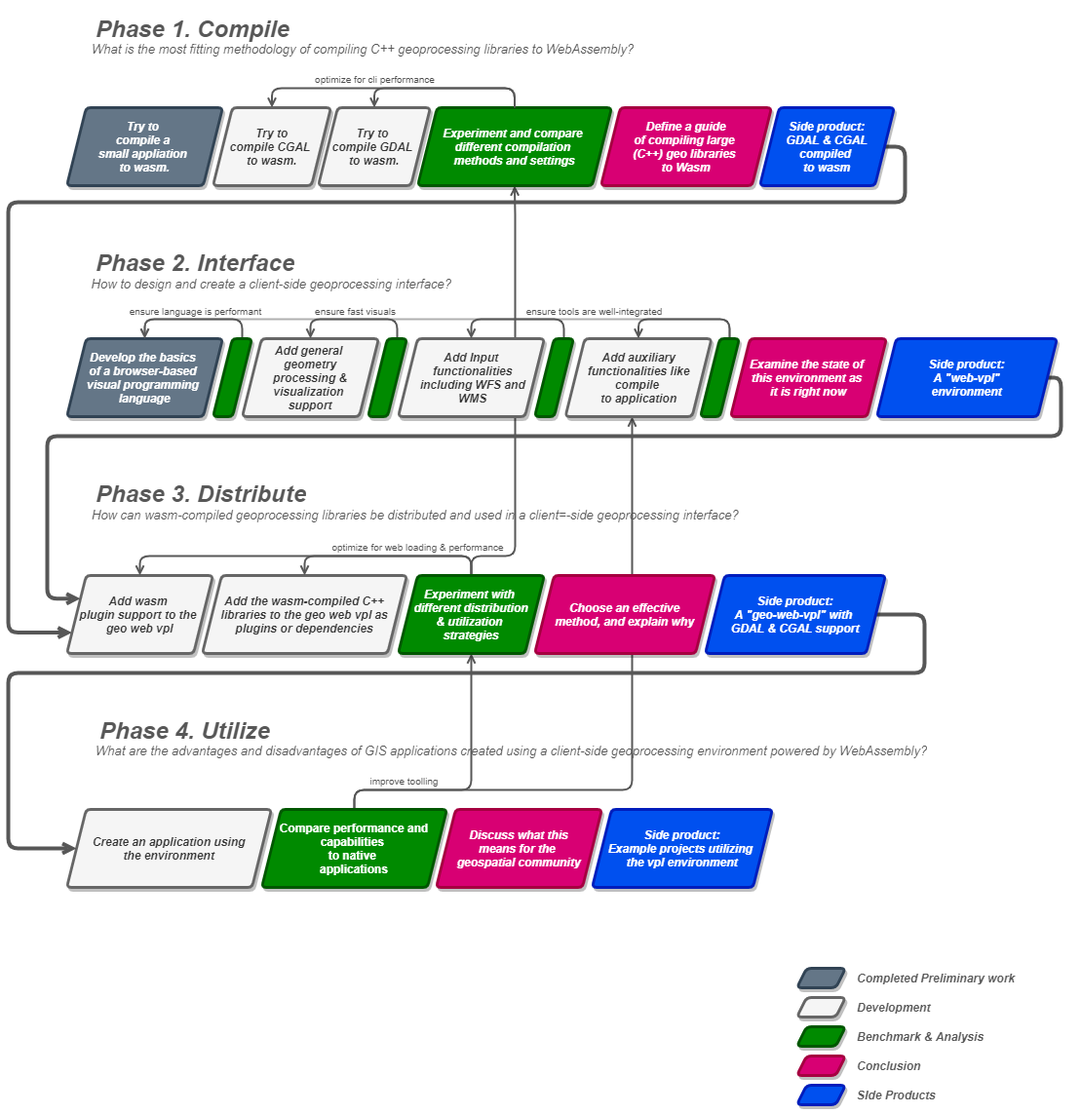
Before: proposal/schemas/methodology/method.png, a diagram exported from draw.io (the-red-feather/thesis). Source tidied: cells renumbered, new cells last; positions are measured from the earlier drawing's top-left corner, leaving out a move shared by most shapes.
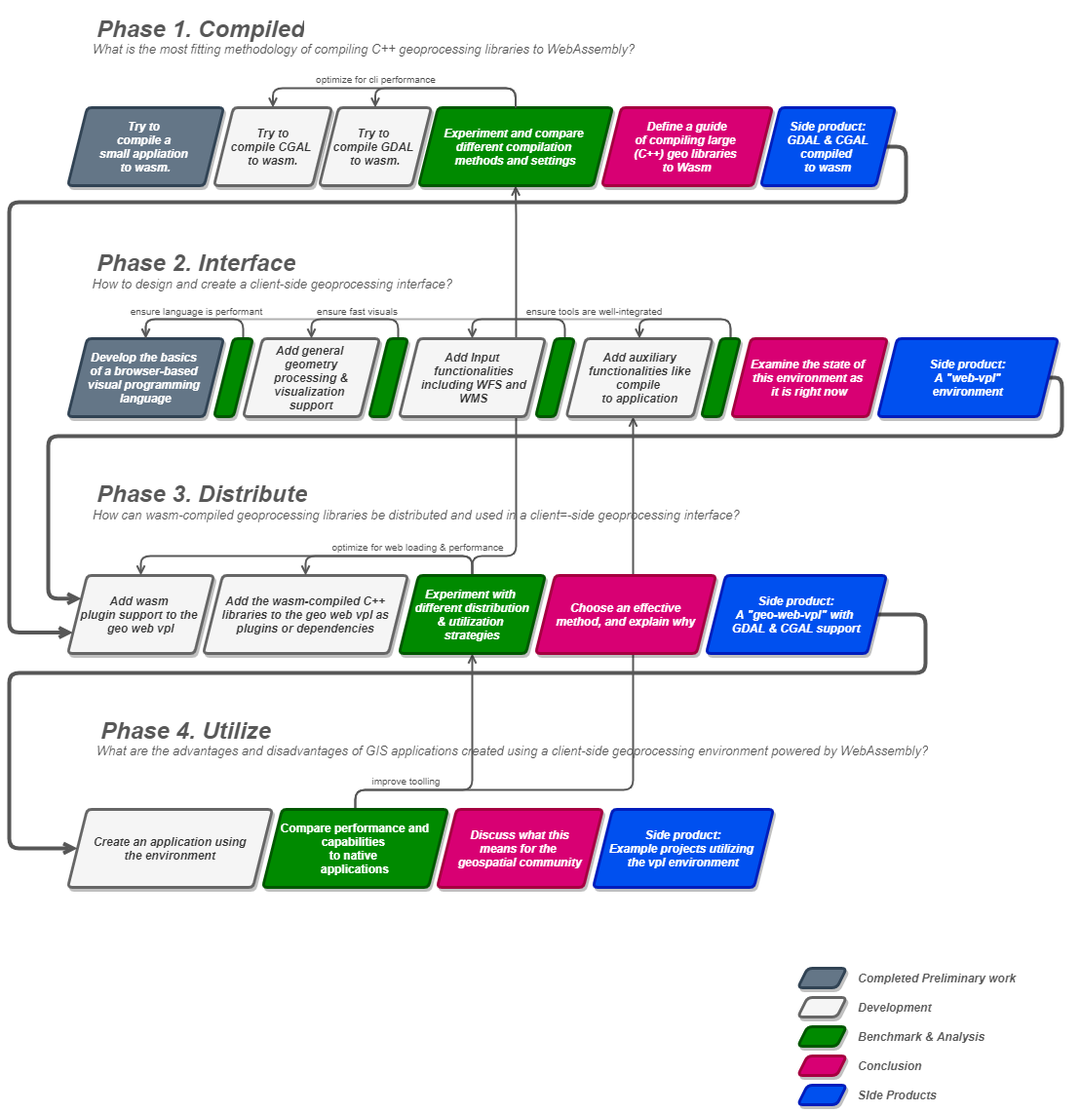
The same file after the commit.

Change to the diagram source:
```diff
@@ -17,7 +17,7 @@
     <mxCell id="6" value="&lt;font color=&quot;#333333&quot;&gt;&lt;b&gt;&lt;i&gt;&lt;font&gt;Create an application using&lt;br&gt;the environment&lt;/font&gt;&lt;/i&gt;&lt;/b&gt;&lt;/font&gt;" style="shape=parallelogram;perimeter=parallelogramPerimeter;whiteSpace=wrap;html=1;fixedSize=1;fillColor=#f5f5f5;strokeColor=#666666;fontColor=#333333;rounded=1;strokeWidth=3;arcSize=9;shadow=1;fontFamily=Helvetica;" parent="1" vertex="1">
       <mxGeometry x="60" y="820" width="210" height="80" as="geometry" />
     </mxCell>
-    <mxCell id="7" value="&lt;h1&gt;&lt;i&gt;Phase 1. Compile&lt;/i&gt;&lt;/h1&gt;" style="text;html=1;strokeColor=none;fillColor=none;spacing=5;spacingTop=-20;whiteSpace=wrap;overflow=hidden;fontColor=#575757;rounded=0;rotation=0;fontFamily=Helvetica;" parent="1" vertex="1">
+    <mxCell id="7" value="&lt;h1&gt;&lt;i&gt;Phase 1. Compiled&lt;/i&gt;&lt;/h1&gt;" style="text;html=1;strokeColor=none;fillColor=none;spacing=5;spacingTop=-20;whiteSpace=wrap;overflow=hidden;fontColor=#575757;rounded=0;rotation=0;fontFamily=Helvetica;" parent="1" vertex="1">
       <mxGeometry x="85" width="250" height="40" as="geometry" />
     </mxCell>
     <mxCell id="8" value="&lt;h1&gt;&lt;i&gt;Phase 2. Interface&lt;br&gt;&lt;/i&gt;&lt;/h1&gt;" style="text;html=1;strokeColor=none;fillColor=none;spacing=5;spacingTop=-20;whiteSpace=wrap;overflow=hidden;fontColor=#575757;rounded=0;fontFamily=Helvetica;" parent="1" vertex="1">
```
